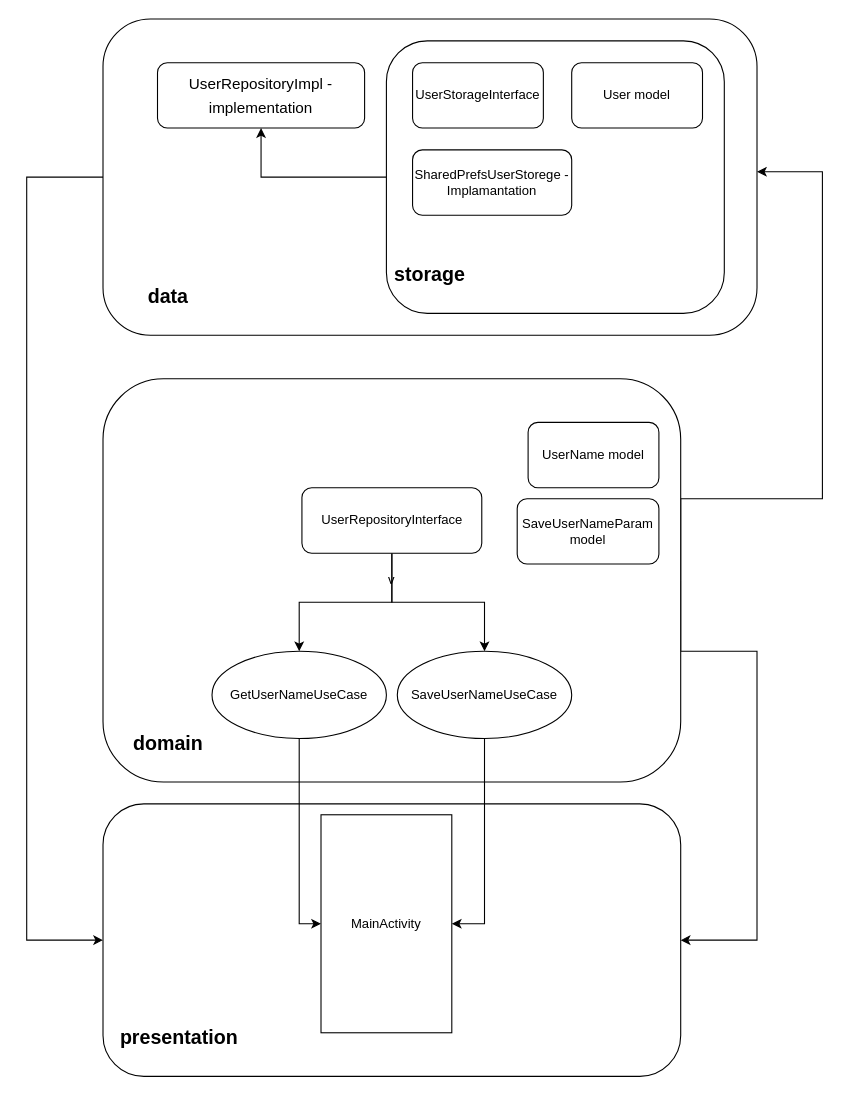
Earlier version of the draw.io diagram AppArchitecture.drawio (AntonEsipow/android-clean-architecture-test). Source tidied: cells renumbered, new cells numbered last; positions are measured from the earlier drawing's top-left corner, leaving out a move shared by most shapes. Both pictures are drawn from the tidied source at 109%, with x=0, y=0 at pixel (26, 19).
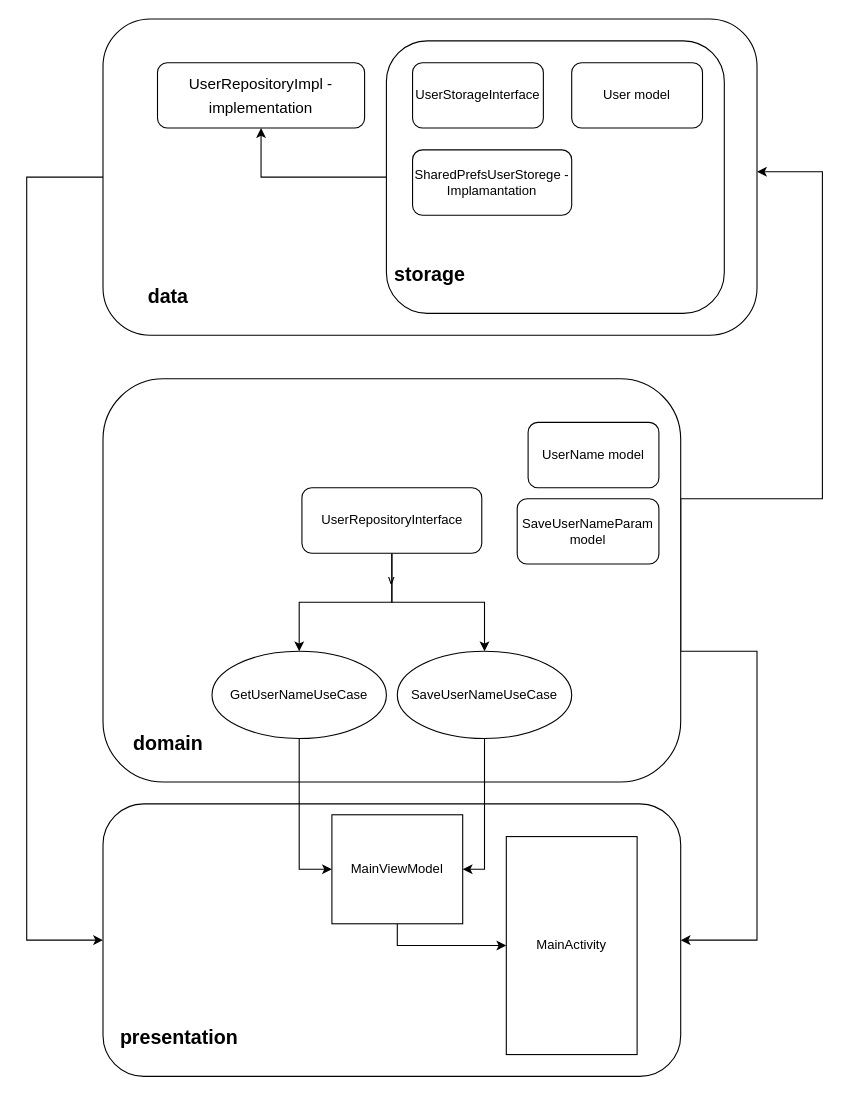
Above is the later version.

Commit message:
Added ViewModel to the scheme AppArchitecture.drawio

The edit, as a diff of the source:
```diff
@@
+    <mxCell id="28" style="edgeStyle=orthogonalEdgeStyle;rounded=0;jettySize=auto;html=1;exitX=0.5;exitY=1;exitDx=0;exitDy=0;" parent="1" edge="1" source="10" target="29">
+      <mxGeometry relative="1" as="geometry" />
+    </mxCell>
-    <mxCell id="10" value="MainActivity" style="rounded=0;whiteSpace=wrap;html=1;" parent="1" vertex="1">
-      <mxGeometry x="270" y="730" width="120" height="200" as="geometry" />
+    <mxCell id="10" value="MainViewModel" style="rounded=0;whiteSpace=wrap;html=1;" parent="1" vertex="1">
+      <mxGeometry x="280" y="730" width="120" height="100" as="geometry" />
     </mxCell>
@@
+    <mxCell id="29" value="MainActivity" style="rounded=0;whiteSpace=wrap;html=1;" parent="1" vertex="1">
+      <mxGeometry x="440" y="750" width="120" height="200" as="geometry" />
+    </mxCell>
```
